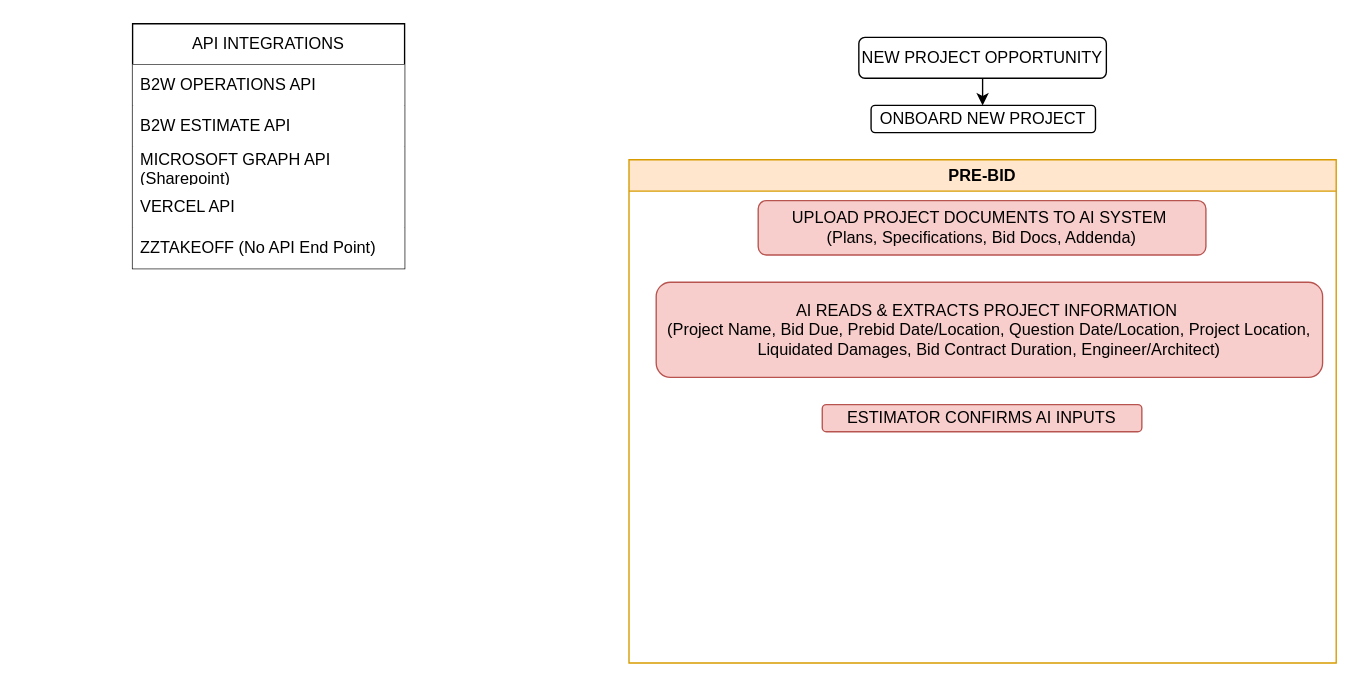
Above: page "Page-1" (6 of 7) of Estimating Diagram.drawio in Halo7726/Construction-Estimating-System (draw.io), before the change. Source tidied: cells renumbered, new cells numbered last; positions are measured from the earlier drawing's top-left corner, leaving out a move shared by most shapes. Both pictures are drawn from the tidied source at 136%, with x=0, y=0 at pixel (132, 23).
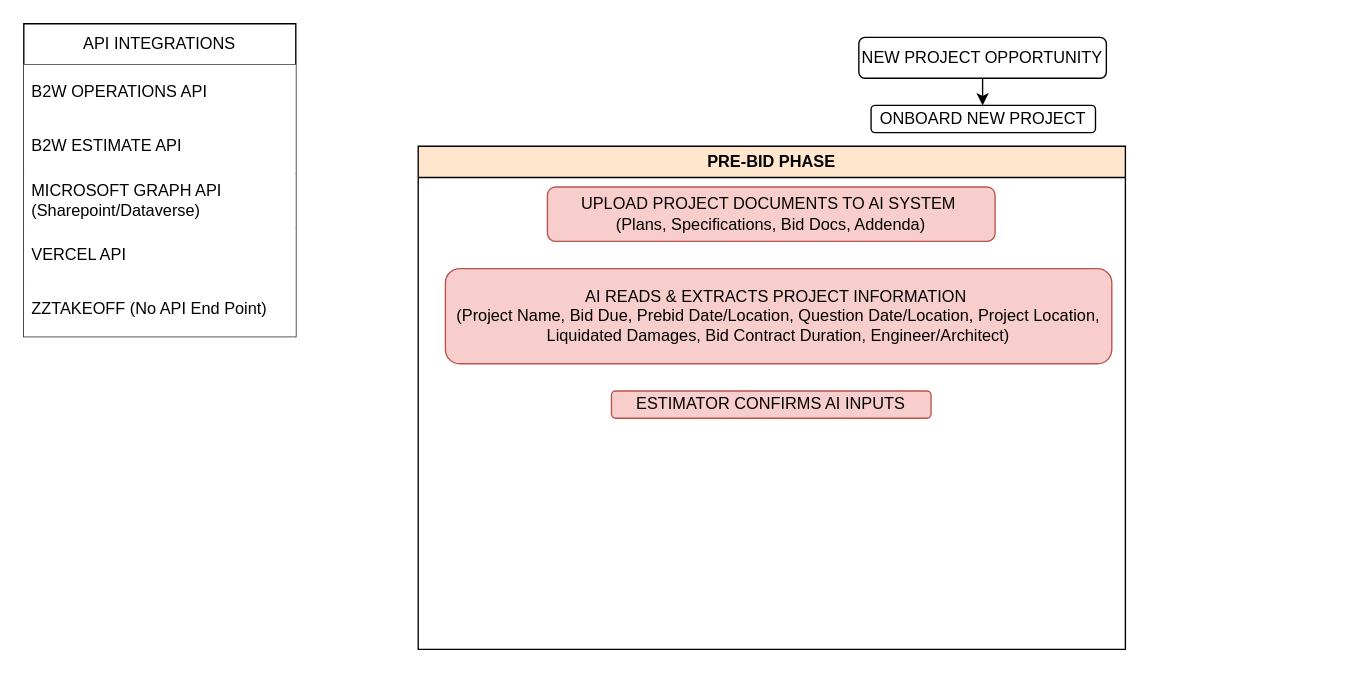
The same page after the edit.

Change to the diagram source:
```diff
@@
 <mxGraphModel>
   <root>
     <mxCell id="0" />
     <mxCell id="1" parent="0" />
     <mxCell id="2" style="edgeStyle=orthogonalEdgeStyle;rounded=0;jettySize=auto;html=1;exitX=0.5;exitY=1;exitDx=0;exitDy=0;" parent="1" edge="1" source="3" target="4">
       <mxGeometry relative="1" as="geometry" />
     </mxCell>
     <mxCell id="3" value="NEW PROJECT OPPORTUNITY" style="rounded=1;whiteSpace=wrap;html=1;" parent="1" vertex="1">
       <mxGeometry x="534" y="10" width="182" height="30" as="geometry" />
     </mxCell>
     <mxCell id="4" value="&lt;div&gt;ONBOARD NEW PROJECT&lt;/div&gt;" style="rounded=1;whiteSpace=wrap;html=1;" parent="1" vertex="1">
       <mxGeometry x="543" y="60" width="165" height="20" as="geometry" />
     </mxCell>
-    <mxCell id="5" value="PRE-BID" style="swimlane;whiteSpace=wrap;html=1;fillColor=#ffe6cc;strokeColor=#d79b00;" parent="1" vertex="1">
-      <mxGeometry x="365" y="100" width="520" height="370" as="geometry" />
+    <mxCell id="5" value="PRE-BID PHASE" style="swimlane;whiteSpace=wrap;html=1;fillColor=#ffe6cc;strokeColor=default;swimlaneFillColor=none;" parent="1" vertex="1">
+      <mxGeometry x="210" y="90" width="520" height="370" as="geometry" />
     </mxCell>
     <mxCell id="6" value="&lt;div&gt;UPLOAD PROJECT DOCUMENTS TO AI SYSTEM&amp;nbsp;&lt;/div&gt;&lt;div&gt;(Plans, Specifications, Bid Docs, Addenda)&lt;/div&gt;" style="rounded=1;whiteSpace=wrap;html=1;fillColor=#f8cecc;strokeColor=#b85450;" parent="5" vertex="1">
       <mxGeometry x="95" y="30" width="329.2" height="40" as="geometry" />
     </mxCell>
     <mxCell id="7" value="&lt;div&gt;AI READS &amp;amp; EXTRACTS PROJECT INFORMATION&amp;nbsp;&lt;/div&gt;&lt;div&gt;(Project Name, Bid Due, Prebid Date/Location, Question Date/Location, Project Location, Liquidated Damages, Bid Contract Duration, Engineer/Architect)&lt;/div&gt;" style="rounded=1;whiteSpace=wrap;html=1;noLabel=0;fillColor=#f8cecc;strokeColor=#b85450;" parent="5" vertex="1">
       <mxGeometry x="20" y="90" width="490" height="70" as="geometry" />
     </mxCell>
     <mxCell id="8" value="ESTIMATOR CONFIRMS AI INPUTS" style="rounded=1;whiteSpace=wrap;html=1;fillColor=#f8cecc;strokeColor=#b85450;" parent="5" vertex="1">
       <mxGeometry x="142.1" y="180" width="235" height="20" as="geometry" />
     </mxCell>
     <mxCell id="9" value="API INTEGRATIONS" style="swimlane;fontStyle=0;horizontal=1;startSize=30;whiteSpace=wrap;html=1;" parent="1" vertex="1">
-      <mxGeometry width="200" height="180" as="geometry" />
+      <mxGeometry x="-80" width="200" height="230" as="geometry" />
     </mxCell>
-    <mxCell id="10" value="B2W OPERATIONS API" style="text;strokeColor=none;fillColor=light-dark(#FFFFFF,#FF3333);align=left;verticalAlign=middle;spacingLeft=4;spacingRight=4;overflow=hidden;whiteSpace=wrap;html=1;" parent="9" vertex="1">
-      <mxGeometry y="30" width="200" height="30" as="geometry" />
+    <mxCell id="10" value="B2W OPERATIONS API" style="text;strokeColor=none;fillColor=light-dark(#FFFFFF,#FF3333);align=left;verticalAlign=middle;spacingLeft=4;spacingRight=4;overflow=hidden;whiteSpace=wrap;html=1;fontColor=light-dark(#000000,#000000);" parent="9" vertex="1">
+      <mxGeometry y="30" width="200" height="40" as="geometry" />
     </mxCell>
-    <mxCell id="11" value="B2W ESTIMATE API" style="text;strokeColor=none;fillColor=light-dark(#FFFFFF,#FF3333);align=left;verticalAlign=middle;spacingLeft=4;spacingRight=4;overflow=hidden;whiteSpace=wrap;html=1;" parent="9" vertex="1">
-      <mxGeometry y="60" width="200" height="30" as="geometry" />
+    <mxCell id="11" value="B2W ESTIMATE API" style="text;strokeColor=none;fillColor=light-dark(#FFFFFF,#FF3333);align=left;verticalAlign=middle;spacingLeft=4;spacingRight=4;overflow=hidden;whiteSpace=wrap;html=1;fontColor=light-dark(#000000,#000000);" parent="9" vertex="1">
+      <mxGeometry y="70" width="200" height="40" as="geometry" />
     </mxCell>
-    <mxCell id="12" value="MICROSOFT GRAPH API (Sharepoint)" style="text;strokeColor=none;fillColor=light-dark(#FFFFFF,#FF3333);align=left;verticalAlign=middle;spacingLeft=4;spacingRight=4;overflow=hidden;whiteSpace=wrap;html=1;" parent="9" vertex="1">
-      <mxGeometry y="90" width="200" height="30" as="geometry" />
+    <mxCell id="12" value="MICROSOFT GRAPH API (Sharepoint/Dataverse)" style="text;strokeColor=none;fillColor=light-dark(#FFFFFF,#3399FF);align=left;verticalAlign=middle;spacingLeft=4;spacingRight=4;overflow=hidden;whiteSpace=wrap;html=1;fontColor=light-dark(#000000,#000000);" parent="9" vertex="1">
+      <mxGeometry y="110" width="200" height="40" as="geometry" />
     </mxCell>
-    <mxCell id="13" value="VERCEL API" style="text;strokeColor=none;fillColor=light-dark(#FFFFFF,#FF3333);align=left;verticalAlign=middle;spacingLeft=4;spacingRight=4;overflow=hidden;whiteSpace=wrap;html=1;" parent="9" vertex="1">
-      <mxGeometry y="120" width="200" height="30" as="geometry" />
+    <mxCell id="13" value="VERCEL API" style="text;strokeColor=none;fillColor=light-dark(#FFFFFF,#B3FF66);align=left;verticalAlign=middle;spacingLeft=4;spacingRight=4;overflow=hidden;whiteSpace=wrap;html=1;fontColor=light-dark(#000000,#000000);" parent="9" vertex="1">
+      <mxGeometry y="150" width="200" height="40" as="geometry" />
     </mxCell>
-    <mxCell id="14" value="ZZTAKEOFF (No API End Point)" style="text;strokeColor=none;fillColor=light-dark(#FFFFFF,#FF3333);align=left;verticalAlign=middle;spacingLeft=4;spacingRight=4;overflow=hidden;whiteSpace=wrap;html=1;" parent="9" vertex="1">
-      <mxGeometry y="150" width="200" height="30" as="geometry" />
+    <mxCell id="14" value="ZZTAKEOFF (No API End Point)" style="text;strokeColor=none;fillColor=light-dark(#FFFFFF,#FFFF99);align=left;verticalAlign=middle;spacingLeft=4;spacingRight=4;overflow=hidden;whiteSpace=wrap;html=1;fontColor=light-dark(#000000,#000000);" parent="9" vertex="1">
+      <mxGeometry y="190" width="200" height="40" as="geometry" />
     </mxCell>
   </root>
 </mxGraphModel>
```
